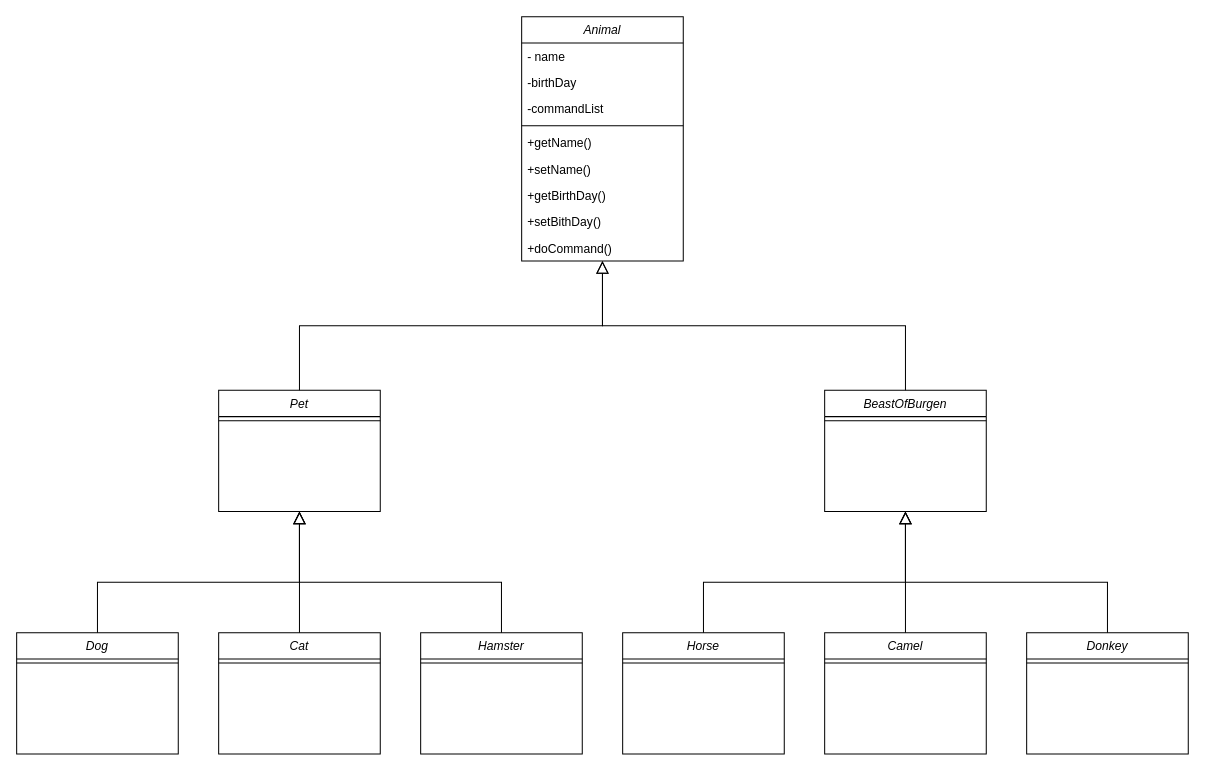
Above: src/main/Specialisation_Task_06.drawio in Mortimer08/Specialisation (draw.io), before the change. Source tidied: cells renumbered, new cells numbered last; positions are measured from the earlier drawing's top-left corner, leaving out a move shared by most shapes. Both pictures are drawn from the tidied source at 101%, with x=0, y=0 at pixel (16, 16).
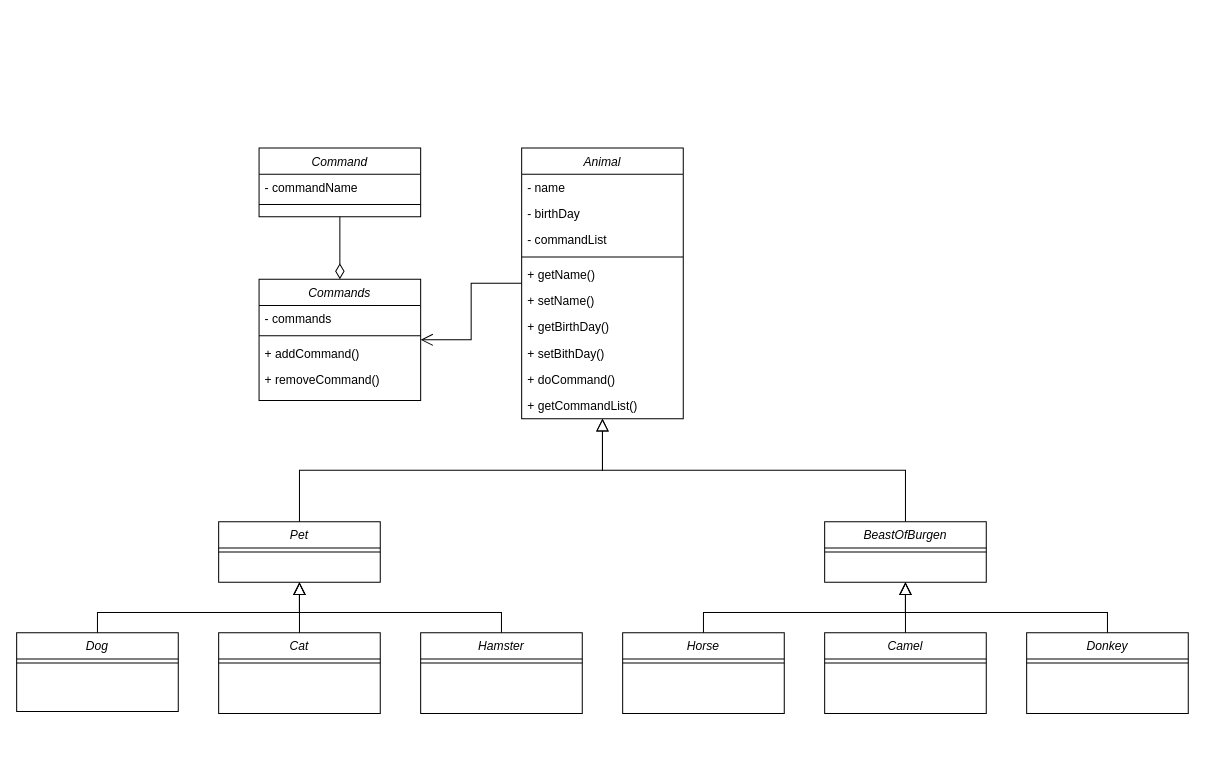
After the change.

What changed in the source:
```diff
@@
+    <mxCell id="36" style="edgeStyle=orthogonalEdgeStyle;rounded=0;jettySize=auto;html=1;endArrow=open;endFill=0;endSize=10;" parent="1" edge="1" source="2" target="39">
+      <mxGeometry relative="1" as="geometry" />
+    </mxCell>
     <mxCell id="2" value="Animal" style="swimlane;fontStyle=2;align=center;verticalAlign=top;horizontal=1;startSize=26;rounded=0;shadow=0;strokeWidth=1;fillColor=none;" parent="1" vertex="1">
-      <mxGeometry x="500" width="160" height="242" as="geometry" />
+      <mxGeometry x="500" y="130" width="160" height="268" as="geometry" />
     </mxCell>
@@
-    <mxCell id="4" value="-birthDay" style="text;align=left;verticalAlign=top;spacingLeft=4;spacingRight=4;overflow=hidden;" parent="2" vertex="1">
+    <mxCell id="4" value="- birthDay" style="text;align=left;verticalAlign=top;spacingLeft=4;spacingRight=4;overflow=hidden;" parent="2" vertex="1">
       <mxGeometry y="52" width="160" height="26" as="geometry" />
     </mxCell>
-    <mxCell id="5" value="-commandList" style="text;align=left;verticalAlign=top;spacingLeft=4;spacingRight=4;overflow=hidden;" parent="2" vertex="1">
+    <mxCell id="5" value="- commandList" style="text;align=left;verticalAlign=top;spacingLeft=4;spacingRight=4;overflow=hidden;" parent="2" vertex="1">
       <mxGeometry y="78" width="160" height="26" as="geometry" />
     </mxCell>
@@
-    <mxCell id="7" value="+getName()" style="text;align=left;verticalAlign=top;spacingLeft=4;spacingRight=4;overflow=hidden;" parent="2" vertex="1">
+    <mxCell id="7" value="+ getName()" style="text;align=left;verticalAlign=top;spacingLeft=4;spacingRight=4;overflow=hidden;" parent="2" vertex="1">
       <mxGeometry y="112" width="160" height="26" as="geometry" />
     </mxCell>
-    <mxCell id="8" value="+setName()" style="text;align=left;verticalAlign=top;spacingLeft=4;spacingRight=4;overflow=hidden;" parent="2" vertex="1">
+    <mxCell id="8" value="+ setName()" style="text;align=left;verticalAlign=top;spacingLeft=4;spacingRight=4;overflow=hidden;" parent="2" vertex="1">
       <mxGeometry y="138" width="160" height="26" as="geometry" />
     </mxCell>
-    <mxCell id="9" value="+getBirthDay()" style="text;align=left;verticalAlign=top;spacingLeft=4;spacingRight=4;overflow=hidden;" parent="2" vertex="1">
+    <mxCell id="9" value="+ getBirthDay()" style="text;align=left;verticalAlign=top;spacingLeft=4;spacingRight=4;overflow=hidden;" parent="2" vertex="1">
       <mxGeometry y="164" width="160" height="26" as="geometry" />
     </mxCell>
-    <mxCell id="10" value="+setBithDay()" style="text;align=left;verticalAlign=top;spacingLeft=4;spacingRight=4;overflow=hidden;" parent="2" vertex="1">
+    <mxCell id="10" value="+ setBithDay()" style="text;align=left;verticalAlign=top;spacingLeft=4;spacingRight=4;overflow=hidden;" parent="2" vertex="1">
       <mxGeometry y="190" width="160" height="26" as="geometry" />
     </mxCell>
-    <mxCell id="11" value="+doCommand()" style="text;align=left;verticalAlign=top;spacingLeft=4;spacingRight=4;overflow=hidden;" parent="2" vertex="1">
+    <mxCell id="11" value="+ doCommand()" style="text;align=left;verticalAlign=top;spacingLeft=4;spacingRight=4;overflow=hidden;" parent="2" vertex="1">
       <mxGeometry y="216" width="160" height="26" as="geometry" />
     </mxCell>
+    <mxCell id="37" value="+ getCommandList()" style="text;align=left;verticalAlign=top;spacingLeft=4;spacingRight=4;overflow=hidden;" parent="2" vertex="1">
+      <mxGeometry y="242" width="160" height="26" as="geometry" />
+    </mxCell>
     <mxCell id="12" value="Pet" style="swimlane;fontStyle=2;align=center;verticalAlign=top;horizontal=1;startSize=26;rounded=0;shadow=0;strokeWidth=1;fillColor=none;" parent="1" vertex="1">
-      <mxGeometry x="200" y="370" width="160" height="120" as="geometry" />
+      <mxGeometry x="200" y="500" width="160" height="60" as="geometry" />
     </mxCell>
@@
     <mxCell id="15" value="BeastOfBurgen" style="swimlane;fontStyle=2;align=center;verticalAlign=top;horizontal=1;startSize=26;rounded=0;shadow=0;strokeWidth=1;fillColor=none;" parent="1" vertex="1">
-      <mxGeometry x="800" y="370" width="160" height="120" as="geometry" />
+      <mxGeometry x="800" y="500" width="160" height="60" as="geometry" />
     </mxCell>
@@
     <mxCell id="18" style="edgeStyle=orthogonalEdgeStyle;rounded=0;jettySize=auto;html=1;entryX=0.5;entryY=1;entryDx=0;entryDy=0;endSize=10;endArrow=block;endFill=0;" parent="1" edge="1" source="19" target="12">
       <mxGeometry relative="1" as="geometry">
         <Array as="points">
-          <mxPoint x="80" y="560" />
-          <mxPoint x="280" y="560" />
+          <mxPoint x="80" y="590" />
+          <mxPoint x="280" y="590" />
         </Array>
       </mxGeometry>
     </mxCell>
     <mxCell id="19" value="Dog" style="swimlane;fontStyle=2;align=center;verticalAlign=top;horizontal=1;startSize=26;rounded=0;shadow=0;strokeWidth=1;fillColor=none;" parent="1" vertex="1">
-      <mxGeometry y="610" width="160" height="120" as="geometry" />
+      <mxGeometry y="610" width="160" height="78" as="geometry" />
     </mxCell>
@@
     <mxCell id="22" value="Cat" style="swimlane;fontStyle=2;align=center;verticalAlign=top;horizontal=1;startSize=26;rounded=0;shadow=0;strokeWidth=1;fillColor=none;" parent="1" vertex="1">
-      <mxGeometry x="200" y="610" width="160" height="120" as="geometry" />
+      <mxGeometry x="200" y="610" width="160" height="80" as="geometry" />
     </mxCell>
@@
     <mxCell id="24" style="edgeStyle=orthogonalEdgeStyle;rounded=0;jettySize=auto;html=1;entryX=0.5;entryY=1;entryDx=0;entryDy=0;endArrow=block;endFill=0;endSize=10;" parent="1" edge="1" source="25" target="12">
       <mxGeometry relative="1" as="geometry">
         <Array as="points">
-          <mxPoint x="480" y="560" />
-          <mxPoint x="280" y="560" />
+          <mxPoint x="480" y="590" />
+          <mxPoint x="280" y="590" />
         </Array>
       </mxGeometry>
     </mxCell>
     <mxCell id="25" value="Hamster" style="swimlane;fontStyle=2;align=center;verticalAlign=top;horizontal=1;startSize=26;rounded=0;shadow=0;strokeWidth=1;fillColor=none;" parent="1" vertex="1">
-      <mxGeometry x="400" y="610" width="160" height="120" as="geometry" />
+      <mxGeometry x="400" y="610" width="160" height="80" as="geometry" />
     </mxCell>
@@
     <mxCell id="27" style="edgeStyle=orthogonalEdgeStyle;rounded=0;jettySize=auto;html=1;entryX=0.5;entryY=1;entryDx=0;entryDy=0;endSize=10;endArrow=block;endFill=0;" parent="1" edge="1" source="28" target="15">
       <mxGeometry relative="1" as="geometry">
         <Array as="points">
-          <mxPoint x="680" y="560" />
-          <mxPoint x="880" y="560" />
+          <mxPoint x="680" y="590" />
+          <mxPoint x="880" y="590" />
         </Array>
       </mxGeometry>
     </mxCell>
     <mxCell id="28" value="Horse" style="swimlane;fontStyle=2;align=center;verticalAlign=top;horizontal=1;startSize=26;rounded=0;shadow=0;strokeWidth=1;fillColor=none;" parent="1" vertex="1">
-      <mxGeometry x="600" y="610" width="160" height="120" as="geometry" />
+      <mxGeometry x="600" y="610" width="160" height="80" as="geometry" />
     </mxCell>
@@
     <mxCell id="31" value="Camel" style="swimlane;fontStyle=2;align=center;verticalAlign=top;horizontal=1;startSize=26;rounded=0;shadow=0;strokeWidth=1;fillColor=none;" parent="1" vertex="1">
-      <mxGeometry x="800" y="610" width="160" height="120" as="geometry" />
+      <mxGeometry x="800" y="610" width="160" height="80" as="geometry" />
     </mxCell>
@@
     <mxCell id="33" style="edgeStyle=orthogonalEdgeStyle;rounded=0;jettySize=auto;html=1;entryX=0.5;entryY=1;entryDx=0;entryDy=0;endSize=10;endArrow=block;endFill=0;" parent="1" edge="1" source="34" target="15">
       <mxGeometry relative="1" as="geometry">
         <Array as="points">
-          <mxPoint x="1080" y="560" />
-          <mxPoint x="880" y="560" />
+          <mxPoint x="1080" y="590" />
+          <mxPoint x="880" y="590" />
         </Array>
       </mxGeometry>
     </mxCell>
     <mxCell id="34" value="Donkey" style="swimlane;fontStyle=2;align=center;verticalAlign=top;horizontal=1;startSize=26;rounded=0;shadow=0;strokeWidth=1;fillColor=none;" parent="1" vertex="1">
-      <mxGeometry x="1000" y="610" width="160" height="120" as="geometry" />
+      <mxGeometry x="1000" y="610" width="160" height="80" as="geometry" />
     </mxCell>
@@
+    <mxCell id="38" style="edgeStyle=orthogonalEdgeStyle;rounded=0;jettySize=auto;html=1;endArrow=none;endFill=0;startArrow=diamondThin;startFill=0;targetPerimeterSpacing=0;endSize=0;startSize=13;" parent="1" edge="1" source="39" target="44">
+      <mxGeometry relative="1" as="geometry" />
+    </mxCell>
+    <mxCell id="39" value="Commands" style="swimlane;fontStyle=2;align=center;verticalAlign=top;horizontal=1;startSize=26;rounded=0;shadow=0;strokeWidth=1;fillColor=none;" parent="1" vertex="1">
+      <mxGeometry x="240" y="260" width="160" height="120" as="geometry" />
+    </mxCell>
+    <mxCell id="40" value="- commands" style="text;align=left;verticalAlign=top;spacingLeft=4;spacingRight=4;overflow=hidden;" parent="39" vertex="1">
+      <mxGeometry y="26" width="160" height="26" as="geometry" />
+    </mxCell>
+    <mxCell id="41" style="line;html=1;strokeWidth=1;align=left;verticalAlign=middle;spacingTop=-1;spacingLeft=3;spacingRight=3;labelPosition=right;" parent="39" vertex="1">
+      <mxGeometry y="52" width="160" height="8" as="geometry" />
+    </mxCell>
+    <mxCell id="42" value="+ addCommand()" style="text;align=left;verticalAlign=top;spacingLeft=4;spacingRight=4;overflow=hidden;" parent="39" vertex="1">
+      <mxGeometry y="60" width="160" height="26" as="geometry" />
+    </mxCell>
+    <mxCell id="43" value="+ removeCommand()" style="text;align=left;verticalAlign=top;spacingLeft=4;spacingRight=4;overflow=hidden;" parent="39" vertex="1">
+      <mxGeometry y="86" width="160" height="26" as="geometry" />
+    </mxCell>
+    <mxCell id="44" value="Command" style="swimlane;fontStyle=2;align=center;verticalAlign=top;horizontal=1;startSize=26;rounded=0;shadow=0;strokeWidth=1;fillColor=none;" parent="1" vertex="1">
+      <mxGeometry x="240" y="130" width="160" height="68" as="geometry" />
+    </mxCell>
+    <mxCell id="45" value="- commandName" style="text;align=left;verticalAlign=top;spacingLeft=4;spacingRight=4;overflow=hidden;" parent="44" vertex="1">
+      <mxGeometry y="26" width="160" height="26" as="geometry" />
+    </mxCell>
+    <mxCell id="46" style="line;html=1;strokeWidth=1;align=left;verticalAlign=middle;spacingTop=-1;spacingLeft=3;spacingRight=3;labelPosition=right;" parent="44" vertex="1">
+      <mxGeometry y="52" width="160" height="8" as="geometry" />
+    </mxCell>
```
